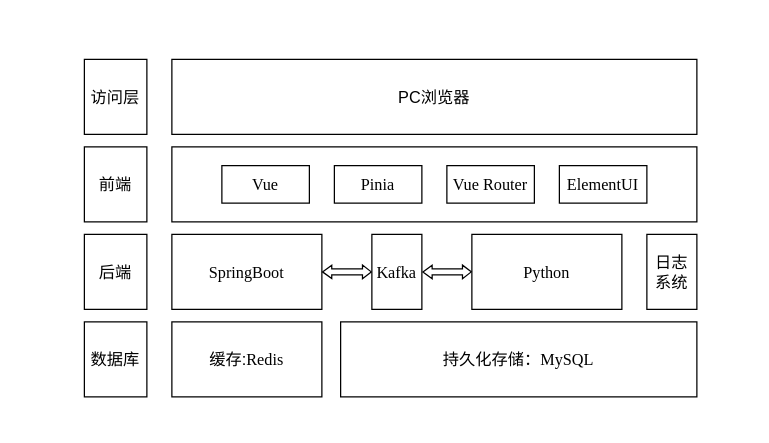
The draw.io diagram 系统架构图.drawio in LiSoulSpace/GitBook, before the edit. Source tidied: cells renumbered, new cells numbered last; positions are measured from the earlier drawing's top-left corner, leaving out a move shared by most shapes. Both pictures are drawn from the tidied source at 125%, with x=0, y=0 at pixel (84, 59).
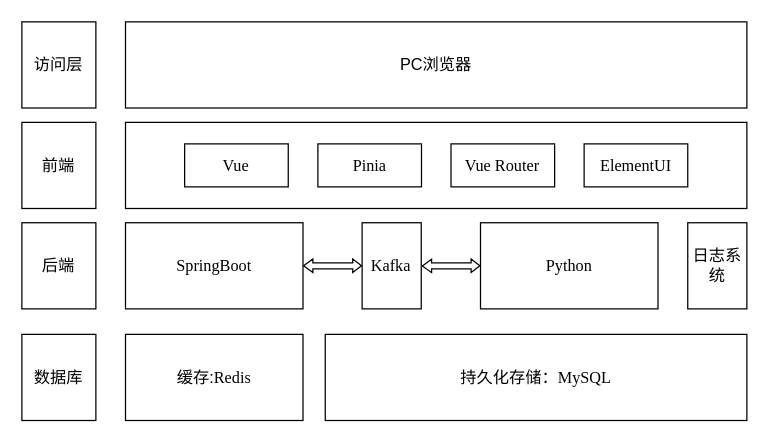
Above is the later version.

Commit message:
更新系统架构图.drawio

Change to the diagram source:
```diff
@@
     <mxCell id="2" value="访问层" style="rounded=0;whiteSpace=wrap;html=1;fontFamily=宋体;fontSize=13;" parent="1" vertex="1">
-      <mxGeometry width="50" height="60" as="geometry" />
+      <mxGeometry x="-50" y="-30" width="59.2" height="68.9" as="geometry" />
     </mxCell>
     <mxCell id="3" value="PC浏览器" style="rounded=0;whiteSpace=wrap;html=1;fontFamily=宋体;fontSize=13;" parent="1" vertex="1">
-      <mxGeometry x="70" width="420" height="60" as="geometry" />
+      <mxGeometry x="32.9" y="-30" width="497.1" height="68.9" as="geometry" />
     </mxCell>
     <mxCell id="4" value="前端" style="rounded=0;whiteSpace=wrap;html=1;fontFamily=宋体;fontSize=13;" parent="1" vertex="1">
-      <mxGeometry y="70" width="50" height="60" as="geometry" />
+      <mxGeometry x="-50" y="50.4" width="59.2" height="68.9" as="geometry" />
     </mxCell>
-    <mxCell id="5" style="rounded=0;whiteSpace=wrap;html=1;fontFamily=宋体;fontSize=13;" parent="1" vertex="1">
-      <mxGeometry x="70" y="70" width="420" height="60" as="geometry" />
-    </mxCell>
-    <mxCell id="6" value="Vue" style="rounded=0;whiteSpace=wrap;html=1;fontFamily=Times New Roman;fontSize=13;" parent="1" vertex="1">
-      <mxGeometry x="110" y="85" width="70" height="30" as="geometry" />
-    </mxCell>
-    <mxCell id="7" value="ElementUI" style="rounded=0;whiteSpace=wrap;html=1;fontFamily=Times New Roman;fontSize=13;" parent="1" vertex="1">
-      <mxGeometry x="380" y="85" width="70" height="30" as="geometry" />
-    </mxCell>
-    <mxCell id="8" value="Pinia" style="rounded=0;whiteSpace=wrap;html=1;fontFamily=Times New Roman;fontSize=13;" parent="1" vertex="1">
-      <mxGeometry x="200" y="85" width="70" height="30" as="geometry" />
-    </mxCell>
-    <mxCell id="9" value="Vue Router" style="rounded=0;whiteSpace=wrap;html=1;fontFamily=Times New Roman;fontSize=13;" parent="1" vertex="1">
-      <mxGeometry x="290" y="85" width="70" height="30" as="geometry" />
-    </mxCell>
     <mxCell id="10" value="后端" style="rounded=0;whiteSpace=wrap;html=1;fontFamily=宋体;fontSize=13;" parent="1" vertex="1">
-      <mxGeometry y="140" width="50" height="60" as="geometry" />
+      <mxGeometry x="-50" y="130.7" width="59.2" height="68.9" as="geometry" />
     </mxCell>
     <mxCell id="11" value="SpringBoot" style="rounded=0;whiteSpace=wrap;html=1;fontFamily=Times New Roman;fontSize=13;" parent="1" vertex="1">
-      <mxGeometry x="70" y="140" width="120" height="60" as="geometry" />
+      <mxGeometry x="32.9" y="130.7" width="142" height="68.9" as="geometry" />
     </mxCell>
     <mxCell id="12" value="Python" style="rounded=0;whiteSpace=wrap;html=1;fontFamily=Times New Roman;fontSize=13;" parent="1" vertex="1">
-      <mxGeometry x="310" y="140" width="120" height="60" as="geometry" />
+      <mxGeometry x="316.9" y="130.7" width="142" height="68.9" as="geometry" />
     </mxCell>
     <mxCell id="13" value="Kafka" style="rounded=0;whiteSpace=wrap;html=1;fontFamily=Times New Roman;fontSize=13;" parent="1" vertex="1">
-      <mxGeometry x="230" y="140" width="40" height="60" as="geometry" />
+      <mxGeometry x="222.2" y="130.7" width="47.3" height="68.9" as="geometry" />
     </mxCell>
@@
     <mxCell id="16" value="数据库" style="rounded=0;whiteSpace=wrap;html=1;fontFamily=宋体;fontSize=13;" parent="1" vertex="1">
-      <mxGeometry y="210" width="50" height="60" as="geometry" />
+      <mxGeometry x="-50" y="220" width="59.2" height="68.9" as="geometry" />
     </mxCell>
     <mxCell id="17" value="缓存:&lt;font face=&quot;Times New Roman&quot;&gt;Redis&lt;/font&gt;" style="rounded=0;whiteSpace=wrap;html=1;fontFamily=宋体;fontSize=13;" parent="1" vertex="1">
-      <mxGeometry x="70" y="210" width="120" height="60" as="geometry" />
+      <mxGeometry x="32.9" y="220" width="142" height="68.9" as="geometry" />
     </mxCell>
     <mxCell id="18" value="持久化存储：&lt;font face=&quot;Times New Roman&quot;&gt;MySQL&lt;/font&gt;" style="rounded=0;whiteSpace=wrap;html=1;fontFamily=宋体;fontSize=13;" parent="1" vertex="1">
-      <mxGeometry x="205" y="210" width="285" height="60" as="geometry" />
+      <mxGeometry x="192.7" y="220" width="337.3" height="68.9" as="geometry" />
     </mxCell>
     <mxCell id="19" value="日志系统" style="rounded=0;whiteSpace=wrap;html=1;fontFamily=宋体;fontSize=13;" parent="1" vertex="1">
-      <mxGeometry x="450" y="140" width="40" height="60" as="geometry" />
+      <mxGeometry x="482.7" y="130.7" width="47.3" height="68.9" as="geometry" />
     </mxCell>
+    <mxCell id="20" style="group;" parent="1" vertex="1">
+      <mxGeometry x="32.9" y="50.4" width="497.1" height="68.9" as="geometry" />
+    </mxCell>
+    <mxCell id="5" style="rounded=0;whiteSpace=wrap;html=1;fontFamily=宋体;fontSize=13;" parent="20" vertex="1">
+      <mxGeometry width="497.1" height="68.9" as="geometry" />
+    </mxCell>
+    <mxCell id="6" value="Vue" style="rounded=0;whiteSpace=wrap;html=1;fontFamily=Times New Roman;fontSize=13;" parent="20" vertex="1">
+      <mxGeometry x="47.3" y="17.2" width="82.9" height="34.4" as="geometry" />
+    </mxCell>
+    <mxCell id="7" value="ElementUI" style="rounded=0;whiteSpace=wrap;html=1;fontFamily=Times New Roman;fontSize=13;" parent="20" vertex="1">
+      <mxGeometry x="366.9" y="17.2" width="82.9" height="34.4" as="geometry" />
+    </mxCell>
+    <mxCell id="8" value="Pinia" style="rounded=0;whiteSpace=wrap;html=1;fontFamily=Times New Roman;fontSize=13;" parent="20" vertex="1">
+      <mxGeometry x="153.9" y="17.2" width="82.9" height="34.4" as="geometry" />
+    </mxCell>
+    <mxCell id="9" value="Vue Router" style="rounded=0;whiteSpace=wrap;html=1;fontFamily=Times New Roman;fontSize=13;" parent="20" vertex="1">
+      <mxGeometry x="260.4" y="17.2" width="82.9" height="34.4" as="geometry" />
+    </mxCell>
```
